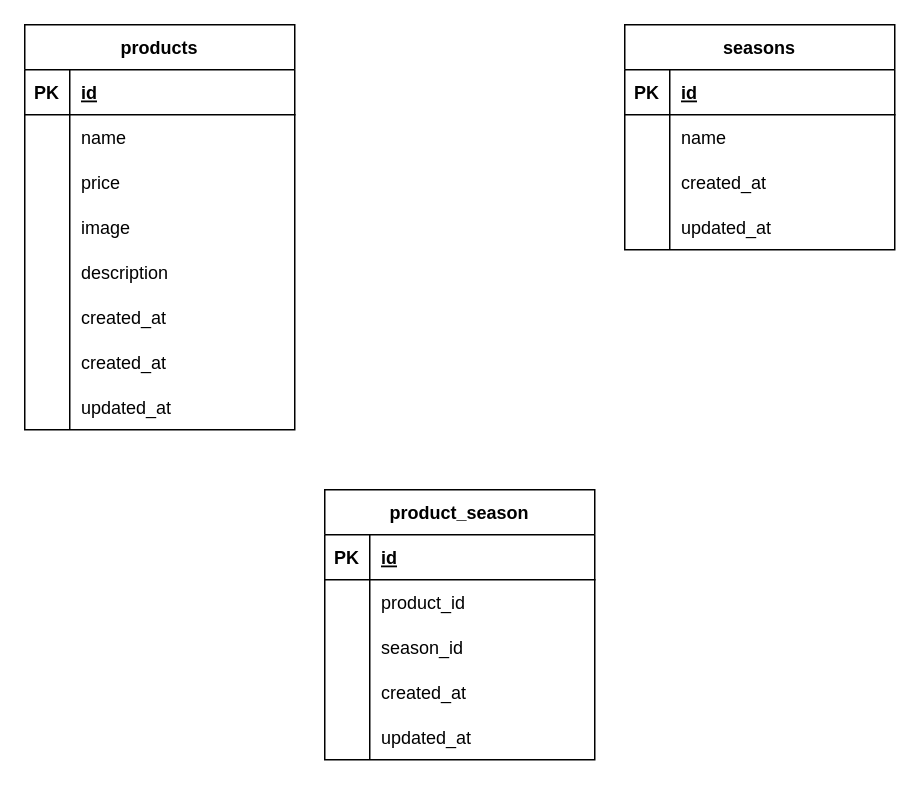
Daisuke70/check-test-mogitate keeps this draw.io diagram as check-test.dio. Above is the earlier version. Source tidied: cells renumbered, new cells numbered last; positions are measured from the earlier drawing's top-left corner, leaving out a move shared by most shapes. Both pictures are drawn from the tidied source at 150%, with x=0, y=0 at pixel (24, 24).
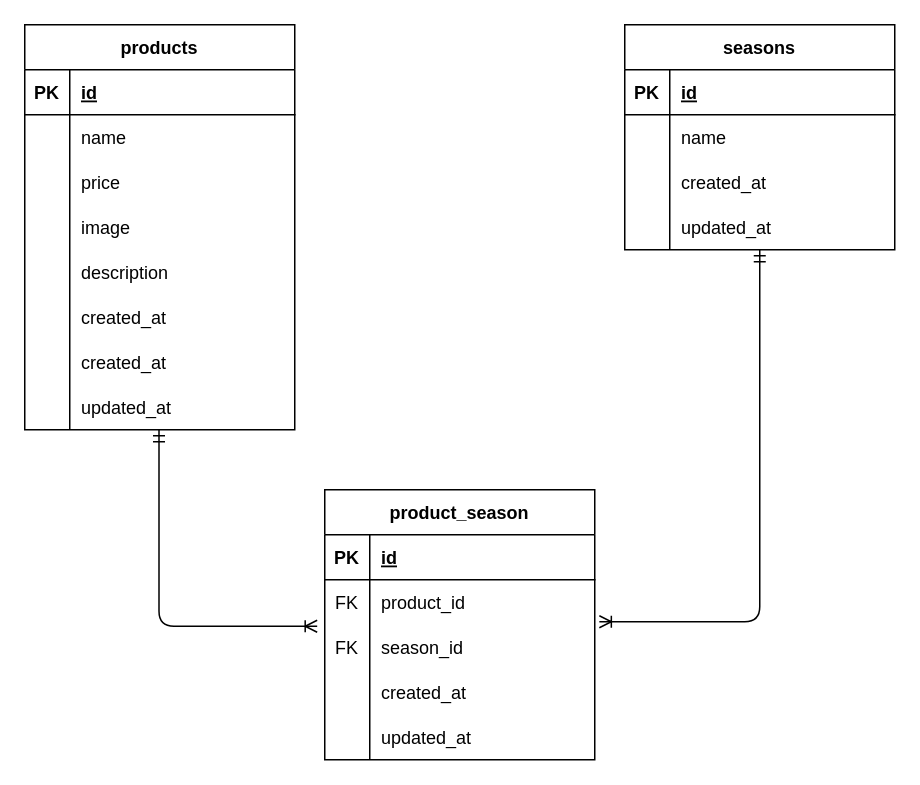
The same page after the edit.

Unchanged cells that the change refers to:
```xml
<mxCell id="44" style="shape=tableRow;horizontal=0;startSize=0;swimlaneHead=0;swimlaneBody=0;fillColor=none;top=0;left=0;right=0;bottom=0;" parent="40" vertex="1">
  <mxGeometry y="60" width="180" height="30" as="geometry" />
</mxCell>
<mxCell id="47" style="shape=tableRow;horizontal=0;startSize=0;swimlaneHead=0;swimlaneBody=0;fillColor=none;points=[[0,0.5],[1,0.5]];portConstraint=eastwest;top=0;left=0;right=0;bottom=0;" parent="40" vertex="1">
  <mxGeometry y="90" width="180" height="30" as="geometry" />
</mxCell>
```

The edit, as a diff of the source:
```diff
@@
-    <mxCell id="45" style="shape=partialRectangle;fillColor=none;top=0;left=0;bottom=0;right=0;overflow=hidden;" parent="44" vertex="1">
+    <mxCell id="45" value="FK" style="shape=partialRectangle;fillColor=none;top=0;left=0;bottom=0;right=0;overflow=hidden;" parent="44" vertex="1">
       <mxGeometry width="30" height="30" as="geometry" />
     </mxCell>
@@
-    <mxCell id="48" style="shape=partialRectangle;fillColor=none;top=0;left=0;bottom=0;right=0;overflow=hidden;" parent="47" vertex="1">
+    <mxCell id="48" value="FK" style="shape=partialRectangle;fillColor=none;top=0;left=0;bottom=0;right=0;overflow=hidden;" parent="47" vertex="1">
       <mxGeometry width="30" height="30" as="geometry" />
     </mxCell>
@@
+    <mxCell id="56" style="edgeStyle=orthogonalEdgeStyle;fontSize=12;html=1;endArrow=ERoneToMany;startArrow=ERmandOne;entryX=-0.028;entryY=0.033;entryDx=0;entryDy=0;entryPerimeter=0;" parent="1" edge="1" target="47">
+      <mxGeometry relative="1" as="geometry">
+        <mxPoint x="89.5" y="270" as="sourcePoint" />
+        <Array as="points">
+          <mxPoint x="90" y="401" />
+        </Array>
+      </mxGeometry>
+    </mxCell>
+    <mxCell id="57" style="edgeStyle=orthogonalEdgeStyle;fontSize=12;html=1;endArrow=ERoneToMany;startArrow=ERmandOne;entryX=1.017;entryY=-0.067;entryDx=0;entryDy=0;entryPerimeter=0;" parent="1" edge="1" target="47">
+      <mxGeometry relative="1" as="geometry">
+        <mxPoint x="490" y="150" as="sourcePoint" />
+        <Array as="points">
+          <mxPoint x="490" y="398" />
+        </Array>
+      </mxGeometry>
+    </mxCell>
```
